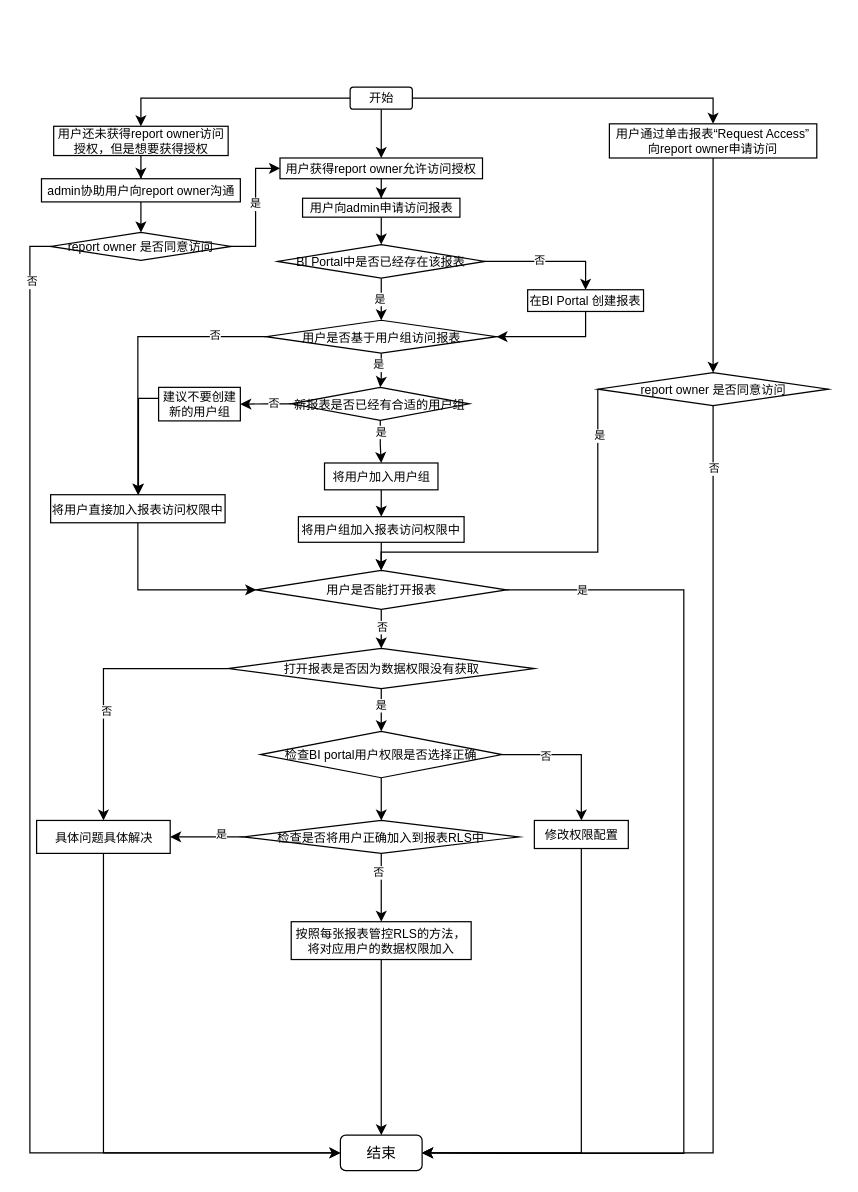
Above: 未命名绘图.drawio in winky02/pics (draw.io), before the change. Source tidied: cells renumbered, new cells numbered last; positions are measured from the earlier drawing's top-left corner, leaving out a move shared by most shapes. Both pictures are drawn from the tidied source at 122%, with x=0, y=0 at pixel (29, 87).
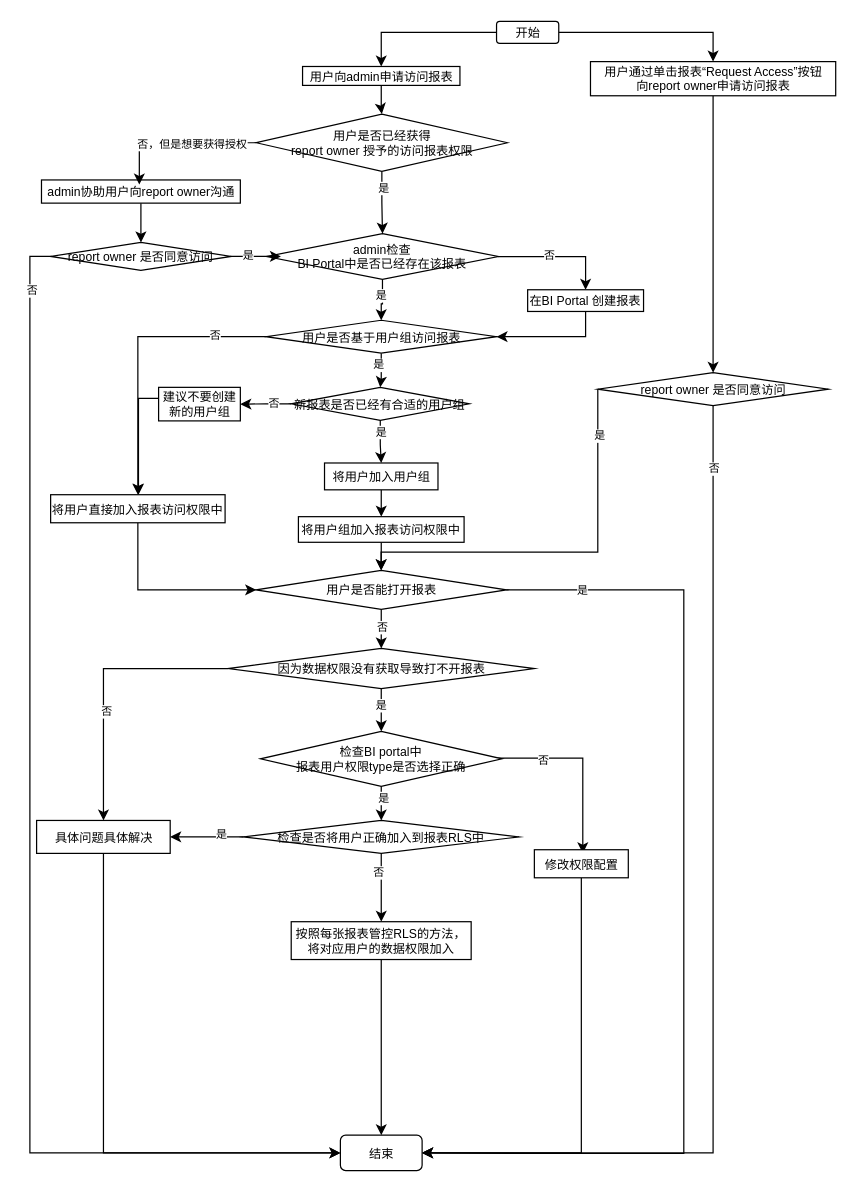
The same diagram, later.

Commit message:
更新未命名绘图.drawio

Unchanged cells that the change refers to:
```xml
<mxCell id="48" style="edgeStyle=orthogonalEdgeStyle;rounded=0;jettySize=auto;html=1;" parent="1" edge="1" source="49" target="56">
  <mxGeometry relative="1" as="geometry" />
</mxCell>
```

Diff of the diagram source:
```diff
@@
-    <mxCell id="2" style="edgeStyle=orthogonalEdgeStyle;rounded=0;jettySize=auto;html=1;entryX=0.5;entryY=0;entryDx=0;entryDy=0;" parent="1" edge="1" source="5" target="7">
-      <mxGeometry relative="1" as="geometry" />
-    </mxCell>
@@
-    <mxCell id="4" style="edgeStyle=orthogonalEdgeStyle;rounded=0;jettySize=auto;html=1;entryX=0.5;entryY=0;entryDx=0;entryDy=0;" parent="1" edge="1" source="5" target="69">
-      <mxGeometry relative="1" as="geometry" />
-    </mxCell>
+    <mxCell id="77" style="edgeStyle=orthogonalEdgeStyle;rounded=0;jettySize=auto;html=1;entryX=0.5;entryY=0;entryDx=0;entryDy=0;" parent="1" edge="1" source="5" target="67">
+      <mxGeometry relative="1" as="geometry" />
+    </mxCell>
     <mxCell id="5" value="开始" style="rounded=1;whiteSpace=wrap;html=1;fontSize=10;" parent="1" vertex="1">
-      <mxGeometry x="262.5" width="51" height="18" as="geometry" />
+      <mxGeometry x="382.5" y="-54" width="51" height="18" as="geometry" />
     </mxCell>
-    <mxCell id="6" style="edgeStyle=orthogonalEdgeStyle;rounded=0;jettySize=auto;html=1;" parent="1" edge="1" source="7" target="67">
-      <mxGeometry relative="1" as="geometry" />
-    </mxCell>
-    <mxCell id="7" value="用户获得report owner允许访问授权" style="rounded=0;whiteSpace=wrap;html=1;fontSize=10;" parent="1" vertex="1">
-      <mxGeometry x="205" y="58" width="166" height="17" as="geometry" />
-    </mxCell>
@@
-    <mxCell id="12" value="BI Portal中是否已经存在该报表" style="rhombus;whiteSpace=wrap;html=1;fontSize=10;rounded=0;" parent="1" vertex="1">
-      <mxGeometry x="203" y="129" width="170" height="27.5" as="geometry" />
+    <mxCell id="12" value="admin检查&lt;br&gt;BI Portal中是否已经存在该报表" style="rhombus;whiteSpace=wrap;html=1;fontSize=10;rounded=0;" parent="1" vertex="1">
+      <mxGeometry x="194" y="120" width="190" height="37.5" as="geometry" />
     </mxCell>
@@
-    <mxCell id="38" value="结束" style="rounded=1;whiteSpace=wrap;html=1;" parent="1" vertex="1">
+    <mxCell id="38" value="结束" style="rounded=1;whiteSpace=wrap;html=1;fontSize=10;" parent="1" vertex="1">
       <mxGeometry x="254.5" y="859" width="67" height="29" as="geometry" />
     </mxCell>
@@
-    <mxCell id="43" value="打开报表是否因为数据权限没有获取" style="rhombus;whiteSpace=wrap;html=1;fontSize=10;rounded=0;" parent="1" vertex="1">
+    <mxCell id="43" value="因为数据权限没有获取导致打不开报表" style="rhombus;whiteSpace=wrap;html=1;fontSize=10;rounded=0;" parent="1" vertex="1">
       <mxGeometry x="162.5" y="460" width="251" height="33" as="geometry" />
     </mxCell>
@@
-    <mxCell id="46" style="edgeStyle=orthogonalEdgeStyle;rounded=0;jettySize=auto;html=1;entryX=0.5;entryY=0;entryDx=0;entryDy=0;" parent="1" edge="1" source="49" target="51">
+    <mxCell id="46" style="edgeStyle=orthogonalEdgeStyle;rounded=0;orthogonalLoop=1;jettySize=auto;html=1;entryX=0.5;entryY=0;entryDx=0;entryDy=0;" parent="1" edge="1">
       <mxGeometry relative="1" as="geometry">
+        <mxPoint x="373" y="550" as="sourcePoint" />
+        <mxPoint x="453.2" y="628" as="targetPoint" />
         <Array as="points">
-          <mxPoint x="452" y="547" />
+          <mxPoint x="453.2" y="550" />
         </Array>
       </mxGeometry>
     </mxCell>
@@
+    <mxCell id="78" value="是" style="edgeLabel;html=1;align=center;verticalAlign=middle;fontSize=9;" parent="48" vertex="1">
+      <mxGeometry x="0.27" y="1" relative="1" as="geometry" />
+    </mxCell>
-    <mxCell id="49" value="检查BI portal用户权限是否选择正确" style="rhombus;whiteSpace=wrap;html=1;fontSize=10;" parent="1" vertex="1">
-      <mxGeometry x="189" y="528" width="198" height="38" as="geometry" />
+    <mxCell id="49" value="检查BI portal中&lt;br&gt;报表用户权限type是否选择正确" style="rhombus;whiteSpace=wrap;html=1;fontSize=10;" parent="1" vertex="1">
+      <mxGeometry x="189" y="528" width="198" height="45" as="geometry" />
     </mxCell>
@@
     <mxCell id="51" value="修改权限配置" style="rounded=0;whiteSpace=wrap;html=1;fontSize=10;" parent="1" vertex="1">
-      <mxGeometry x="413.5" y="601" width="77" height="23" as="geometry" />
+      <mxGeometry x="413.5" y="625" width="77" height="23" as="geometry" />
     </mxCell>
@@
-    <mxCell id="60" value="用户通过单击报表“Request Access”向report owner申请访问" style="whiteSpace=wrap;html=1;fontSize=10;rounded=0;" parent="1" vertex="1">
-      <mxGeometry x="475" y="30" width="170" height="28" as="geometry" />
+    <mxCell id="60" value="用户通过单击报表“Request Access”按钮&lt;br&gt;向report owner申请访问报表" style="whiteSpace=wrap;html=1;fontSize=10;rounded=0;" parent="1" vertex="1">
+      <mxGeometry x="459.5" y="-21" width="201" height="28" as="geometry" />
     </mxCell>
@@
-    <mxCell id="66" style="edgeStyle=orthogonalEdgeStyle;rounded=0;jettySize=auto;html=1;" parent="1" edge="1" source="67" target="12">
-      <mxGeometry relative="1" as="geometry" />
-    </mxCell>
-    <mxCell id="67" value="用户向admin申请访问报表" style="rounded=0;whiteSpace=wrap;html=1;fontSize=10;" parent="1" vertex="1">
-      <mxGeometry x="223.5" y="91" width="129" height="15.5" as="geometry" />
-    </mxCell>
-    <mxCell id="68" style="edgeStyle=orthogonalEdgeStyle;rounded=0;jettySize=auto;html=1;entryX=0.5;entryY=0;entryDx=0;entryDy=0;" parent="1" edge="1" source="69" target="71">
-      <mxGeometry relative="1" as="geometry" />
-    </mxCell>
-    <mxCell id="69" value="用户还未获得report owner访问授权，但是想要获得授权" style="rounded=0;whiteSpace=wrap;html=1;fontSize=10;" parent="1" vertex="1">
-      <mxGeometry x="19.5" y="32" width="143" height="24" as="geometry" />
-    </mxCell>
@@
     <mxCell id="71" value="admin协助用户向report owner沟通" style="rounded=0;whiteSpace=wrap;html=1;fontSize=10;" parent="1" vertex="1">
-      <mxGeometry x="9.5" y="75" width="163" height="19" as="geometry" />
+      <mxGeometry x="9.5" y="76" width="163" height="19" as="geometry" />
     </mxCell>
-    <mxCell id="72" style="edgeStyle=orthogonalEdgeStyle;rounded=0;jettySize=auto;html=1;entryX=0;entryY=0.5;entryDx=0;entryDy=0;" parent="1" edge="1" source="76" target="7">
-      <mxGeometry relative="1" as="geometry" />
-    </mxCell>
-    <mxCell id="73" value="是" style="edgeLabel;html=1;align=center;verticalAlign=middle;fontSize=9;" parent="72" vertex="1">
-      <mxGeometry x="0.05" y="1" relative="1" as="geometry" />
-    </mxCell>
     <mxCell id="74" style="edgeStyle=orthogonalEdgeStyle;rounded=0;jettySize=auto;html=1;entryX=0;entryY=0.5;entryDx=0;entryDy=0;" parent="1" edge="1" source="76" target="38">
       <mxGeometry relative="1" as="geometry">
         <Array as="points">
-          <mxPoint y="131" />
           <mxPoint y="873" />
         </Array>
       </mxGeometry>
     </mxCell>
@@
     <mxCell id="76" value="report owner 是否同意访问" style="rhombus;whiteSpace=wrap;html=1;fontSize=10;rounded=0;" parent="1" vertex="1">
-      <mxGeometry x="17" y="119" width="148" height="23" as="geometry" />
+      <mxGeometry x="17" y="127.2" width="148" height="23" as="geometry" />
     </mxCell>
+    <mxCell id="79" style="edgeStyle=orthogonalEdgeStyle;rounded=0;jettySize=auto;html=1;" parent="1" edge="1" source="81" target="12">
+      <mxGeometry relative="1" as="geometry" />
+    </mxCell>
+    <mxCell id="80" value="是" style="edgeLabel;html=1;align=center;verticalAlign=middle;fontSize=9;" parent="79" vertex="1">
+      <mxGeometry x="-0.48" y="1" relative="1" as="geometry" />
+    </mxCell>
+    <mxCell id="81" value="用户是否已经获得&lt;br&gt;report owner 授予的访问报表权限" style="rhombus;whiteSpace=wrap;html=1;fontSize=10;rounded=0;" parent="1" vertex="1">
+      <mxGeometry x="185.5" y="22" width="206" height="47" as="geometry" />
+    </mxCell>
+    <mxCell id="82" style="edgeStyle=orthogonalEdgeStyle;rounded=0;jettySize=auto;html=1;entryX=0.5;entryY=0;entryDx=0;entryDy=0;" parent="1" edge="1" source="67" target="81">
+      <mxGeometry relative="1" as="geometry" />
+    </mxCell>
+    <mxCell id="67" value="用户向admin申请访问报表" style="rounded=0;whiteSpace=wrap;html=1;fontSize=10;" parent="1" vertex="1">
+      <mxGeometry x="223.5" y="-17" width="129" height="15.5" as="geometry" />
+    </mxCell>
+    <mxCell id="83" style="edgeStyle=orthogonalEdgeStyle;rounded=0;jettySize=auto;html=1;exitX=0;exitY=0.5;exitDx=0;exitDy=0;entryX=0.492;entryY=0.199;entryDx=0;entryDy=0;entryPerimeter=0;" parent="1" edge="1" source="81" target="71">
+      <mxGeometry relative="1" as="geometry" />
+    </mxCell>
+    <mxCell id="84" value="否，但是想要获得授权" style="edgeLabel;html=1;align=center;verticalAlign=middle;fontSize=9;" parent="83" vertex="1">
+      <mxGeometry x="-0.18" y="1" relative="1" as="geometry" />
+    </mxCell>
+    <mxCell id="85" style="edgeStyle=orthogonalEdgeStyle;rounded=0;jettySize=auto;html=1;entryX=0.062;entryY=0.498;entryDx=0;entryDy=0;entryPerimeter=0;" parent="1" edge="1" source="76" target="12">
+      <mxGeometry relative="1" as="geometry" />
+    </mxCell>
+    <mxCell id="86" value="是" style="edgeLabel;html=1;align=center;verticalAlign=middle;fontSize=9;" parent="85" vertex="1">
+      <mxGeometry x="-0.57" y="1" relative="1" as="geometry" />
+    </mxCell>
```
